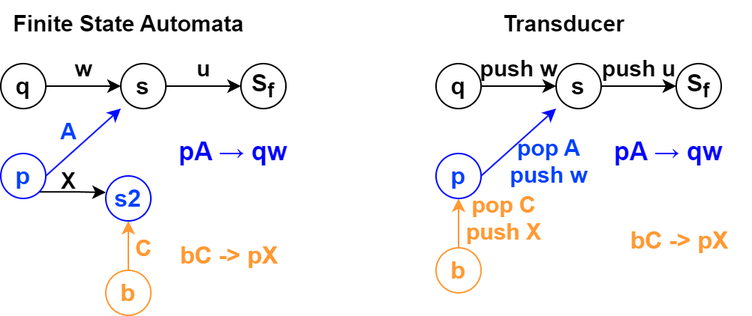
Before: docs/src/imgs/saturation3.drawio.png, a diagram exported from draw.io (NotDec/NotDec). Source tidied: cells renumbered, new cells last; positions are measured from the earlier drawing's top-left corner, leaving out a move shared by most shapes.
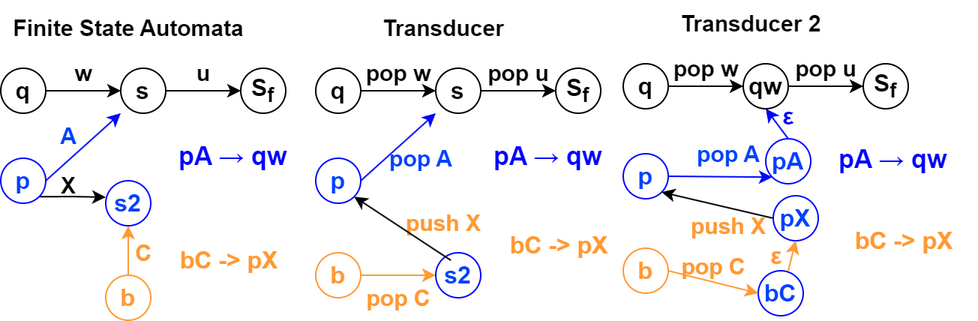
The same diagram one commit later.

The edit, as a diff of the source:
```diff
@@ -6,36 +6,36 @@
       <mxGeometry relative="1" as="geometry" />
     </mxCell>
     <mxCell id="3" value="&lt;b&gt;&lt;font style=&quot;font-size: 16px;&quot;&gt;q&lt;/font&gt;&lt;/b&gt;" style="ellipse;whiteSpace=wrap;html=1;" parent="1" vertex="1">
-      <mxGeometry x="290" y="42" width="30" height="30" as="geometry" />
+      <mxGeometry x="210" y="42" width="30" height="30" as="geometry" />
     </mxCell>
     <mxCell id="4" style="edgeStyle=orthogonalEdgeStyle;rounded=0;jettySize=auto;html=1;entryX=0;entryY=0.5;entryDx=0;entryDy=0;" parent="1" edge="1" source="5" target="6">
       <mxGeometry relative="1" as="geometry" />
     </mxCell>
     <mxCell id="5" value="&lt;b&gt;&lt;font style=&quot;font-size: 16px;&quot;&gt;s&lt;/font&gt;&lt;/b&gt;" style="ellipse;whiteSpace=wrap;html=1;" parent="1" vertex="1">
-      <mxGeometry x="370" y="42" width="30" height="30" as="geometry" />
+      <mxGeometry x="290" y="42" width="30" height="30" as="geometry" />
     </mxCell>
     <mxCell id="6" value="&lt;b&gt;&lt;font style=&quot;font-size: 16px;&quot;&gt;S&lt;sub&gt;f&lt;/sub&gt;&lt;/font&gt;&lt;/b&gt;" style="ellipse;whiteSpace=wrap;html=1;" parent="1" vertex="1">
-      <mxGeometry x="450" y="42" width="30" height="30" as="geometry" />
+      <mxGeometry x="370" y="42" width="30" height="30" as="geometry" />
     </mxCell>
-    <mxCell id="7" value="push w" style="text;html=1;align=center;verticalAlign=middle;strokeColor=none;fillColor=none;fontStyle=1;fontSize=15;" parent="1" vertex="1">
-      <mxGeometry x="310" y="30" width="70" height="30" as="geometry" />
+    <mxCell id="7" value="pop w" style="text;html=1;align=center;verticalAlign=middle;strokeColor=none;fillColor=none;fontStyle=1;fontSize=15;" parent="1" vertex="1">
+      <mxGeometry x="230" y="30" width="70" height="30" as="geometry" />
     </mxCell>
-    <mxCell id="8" value="push u" style="text;html=1;align=center;verticalAlign=middle;strokeColor=none;fillColor=none;fontStyle=1;fontSize=15;" parent="1" vertex="1">
-      <mxGeometry x="390" y="30" width="70" height="30" as="geometry" />
+    <mxCell id="8" value="pop u" style="text;html=1;align=center;verticalAlign=middle;strokeColor=none;fillColor=none;fontStyle=1;fontSize=15;" parent="1" vertex="1">
+      <mxGeometry x="315" y="30" width="60" height="30" as="geometry" />
     </mxCell>
     <mxCell id="9" value="&lt;b&gt;&lt;font style=&quot;font-size: 16px;&quot;&gt;p&lt;/font&gt;&lt;/b&gt;" style="ellipse;whiteSpace=wrap;html=1;fontColor=#0040ff;strokeColor=#0008ff;" parent="1" vertex="1">
-      <mxGeometry x="290" y="102" width="30" height="30" as="geometry" />
+      <mxGeometry x="210" y="102" width="30" height="30" as="geometry" />
     </mxCell>
     <mxCell id="10" style="endArrow=classic;html=1;rounded=0;exitX=1;exitY=0.5;exitDx=0;exitDy=0;fontColor=#0040ff;strokeColor=#0008ff;" parent="1" edge="1" source="9">
       <mxGeometry relative="1" as="geometry">
-        <mxPoint x="370" y="72" as="targetPoint" />
+        <mxPoint x="290" y="72" as="targetPoint" />
       </mxGeometry>
     </mxCell>
-    <mxCell id="11" value="pop A&lt;div&gt;push w&lt;/div&gt;" style="text;html=1;align=center;verticalAlign=middle;strokeColor=none;fillColor=none;fontStyle=1;fontSize=15;fontColor=#0040ff;" parent="1" vertex="1">
-      <mxGeometry x="330" y="82" width="70" height="50" as="geometry" />
+    <mxCell id="11" value="pop A" style="text;html=1;align=center;verticalAlign=middle;strokeColor=none;fillColor=none;fontStyle=1;fontSize=15;fontColor=#0040ff;" parent="1" vertex="1">
+      <mxGeometry x="245" y="87" width="70" height="30" as="geometry" />
     </mxCell>
     <mxCell id="12" value="&lt;b style=&quot;font-size: 17px;&quot;&gt;pA → qw&lt;/b&gt;" style="text;html=1;align=center;verticalAlign=middle;whiteSpace=wrap;rounded=0;fontSize=17;fontColor=#0000ff;" parent="1" vertex="1">
-      <mxGeometry x="390" y="92" width="110" height="20" as="geometry" />
+      <mxGeometry x="310" y="92" width="110" height="20" as="geometry" />
     </mxCell>
     <mxCell id="13" style="edgeStyle=orthogonalEdgeStyle;rounded=0;jettySize=auto;html=1;entryX=0;entryY=0.5;entryDx=0;entryDy=0;" parent="1" edge="1" source="14" target="16">
       <mxGeometry relative="1" as="geometry" />
@@ -95,25 +95,113 @@
     <mxCell id="30" value="X" style="text;html=1;align=center;verticalAlign=middle;strokeColor=none;fillColor=none;fontStyle=1;fontSize=15;" parent="1" vertex="1">
       <mxGeometry x="30" y="105" width="30" height="30" as="geometry" />
     </mxCell>
-    <mxCell id="31" style="edgeStyle=orthogonalEdgeStyle;rounded=0;jettySize=auto;html=1;entryX=0.5;entryY=1;entryDx=0;entryDy=0;fontColor=#00FF00;strokeColor=#FF9933;" parent="1" edge="1" source="32">
+    <mxCell id="31" style="edgeStyle=orthogonalEdgeStyle;rounded=0;jettySize=auto;html=1;fontColor=#00FF00;strokeColor=#FF9933;" parent="1" edge="1" source="32">
       <mxGeometry relative="1" as="geometry">
-        <mxPoint x="305" y="132" as="targetPoint" />
+        <mxPoint x="290" y="180" as="targetPoint" />
       </mxGeometry>
     </mxCell>
     <mxCell id="32" value="&lt;b&gt;&lt;font style=&quot;font-size: 16px;&quot;&gt;b&lt;/font&gt;&lt;/b&gt;" style="ellipse;whiteSpace=wrap;html=1;fontColor=#FF9933;strokeColor=#FF9933;" parent="1" vertex="1">
-      <mxGeometry x="290" y="165" width="30" height="30" as="geometry" />
+      <mxGeometry x="210" y="165" width="30" height="30" as="geometry" />
     </mxCell>
-    <mxCell id="33" value="pop C&lt;div&gt;push X&lt;/div&gt;" style="text;html=1;align=center;verticalAlign=middle;strokeColor=none;fillColor=none;fontStyle=1;fontSize=15;fontColor=#FF9933;" parent="1" vertex="1">
-      <mxGeometry x="300" y="120" width="70" height="50" as="geometry" />
+    <mxCell id="33" value="&lt;span style=&quot;background-color: initial;&quot;&gt;push X&lt;/span&gt;" style="text;html=1;align=center;verticalAlign=middle;strokeColor=none;fillColor=none;fontStyle=1;fontSize=15;fontColor=#FF9933;" parent="1" vertex="1">
+      <mxGeometry x="260" y="130" width="70" height="30" as="geometry" />
     </mxCell>
     <mxCell id="34" value="bC -&amp;gt; pX" style="text;html=1;align=center;verticalAlign=middle;whiteSpace=wrap;rounded=0;fontColor=#FF9933;strokeColor=none;fontSize=16;fontStyle=1;" parent="1" vertex="1">
-      <mxGeometry x="410" y="150" width="85" height="20" as="geometry" />
+      <mxGeometry x="330" y="150" width="85" height="20" as="geometry" />
     </mxCell>
     <mxCell id="35" value="Finite State Automata" style="text;html=1;align=center;verticalAlign=middle;strokeColor=none;fillColor=none;fontStyle=1;fontSize=15;" parent="1" vertex="1">
       <mxGeometry width="170" height="30" as="geometry" />
     </mxCell>
     <mxCell id="36" value="Transducer" style="text;html=1;align=center;verticalAlign=middle;strokeColor=none;fillColor=none;fontStyle=1;fontSize=15;" parent="1" vertex="1">
-      <mxGeometry x="325" width="100" height="30" as="geometry" />
+      <mxGeometry x="245" width="100" height="30" as="geometry" />
     </mxCell>
+    <mxCell id="37" value="&lt;span style=&quot;font-size: 16px;&quot;&gt;&lt;b&gt;s2&lt;/b&gt;&lt;/span&gt;" style="ellipse;whiteSpace=wrap;html=1;fontColor=#0040ff;strokeColor=#0008ff;" parent="1" vertex="1">
+      <mxGeometry x="290" y="165" width="30" height="30" as="geometry" />
+    </mxCell>
+    <mxCell id="38" value="pop C" style="text;html=1;align=center;verticalAlign=middle;strokeColor=none;fillColor=none;fontStyle=1;fontSize=15;fontColor=#FF9933;" parent="1" vertex="1">
+      <mxGeometry x="230" y="180" width="70" height="30" as="geometry" />
+    </mxCell>
+    <mxCell id="39" style="endArrow=classic;html=1;fontColor=#FF9933;entryX=1;entryY=1;entryDx=0;entryDy=0;" parent="1" edge="1" target="9">
+      <mxGeometry relative="1" as="geometry">
+        <mxPoint x="300" y="170" as="sourcePoint" />
+      </mxGeometry>
+    </mxCell>
+    <mxCell id="40" style="edgeStyle=orthogonalEdgeStyle;rounded=0;jettySize=auto;html=1;entryX=0;entryY=0.5;entryDx=0;entryDy=0;" parent="1" edge="1" source="41" target="43">
+      <mxGeometry relative="1" as="geometry" />
+    </mxCell>
+    <mxCell id="41" value="&lt;b&gt;&lt;font style=&quot;font-size: 16px;&quot;&gt;q&lt;/font&gt;&lt;/b&gt;" style="ellipse;whiteSpace=wrap;html=1;" parent="1" vertex="1">
+      <mxGeometry x="415" y="39" width="30" height="30" as="geometry" />
+    </mxCell>
+    <mxCell id="42" style="edgeStyle=orthogonalEdgeStyle;rounded=0;jettySize=auto;html=1;entryX=0;entryY=0.5;entryDx=0;entryDy=0;" parent="1" edge="1" source="43" target="44">
+      <mxGeometry relative="1" as="geometry" />
+    </mxCell>
+    <mxCell id="43" value="&lt;b&gt;&lt;font style=&quot;font-size: 16px;&quot;&gt;qw&lt;/font&gt;&lt;/b&gt;" style="ellipse;whiteSpace=wrap;html=1;" parent="1" vertex="1">
+      <mxGeometry x="495" y="39" width="30" height="30" as="geometry" />
+    </mxCell>
+    <mxCell id="44" value="&lt;b&gt;&lt;font style=&quot;font-size: 16px;&quot;&gt;S&lt;sub&gt;f&lt;/sub&gt;&lt;/font&gt;&lt;/b&gt;" style="ellipse;whiteSpace=wrap;html=1;" parent="1" vertex="1">
+      <mxGeometry x="575" y="39" width="30" height="30" as="geometry" />
+    </mxCell>
+    <mxCell id="45" value="pop w" style="text;html=1;align=center;verticalAlign=middle;strokeColor=none;fillColor=none;fontStyle=1;fontSize=15;" parent="1" vertex="1">
+      <mxGeometry x="435" y="27" width="70" height="30" as="geometry" />
+    </mxCell>
+    <mxCell id="46" value="pop u" style="text;html=1;align=center;verticalAlign=middle;strokeColor=none;fillColor=none;fontStyle=1;fontSize=15;" parent="1" vertex="1">
+      <mxGeometry x="520" y="27" width="60" height="30" as="geometry" />
+    </mxCell>
+    <mxCell id="47" value="&lt;b&gt;&lt;font style=&quot;font-size: 16px;&quot;&gt;p&lt;/font&gt;&lt;/b&gt;" style="ellipse;whiteSpace=wrap;html=1;fontColor=#0040ff;strokeColor=#0008ff;" parent="1" vertex="1">
+      <mxGeometry x="415" y="99" width="30" height="30" as="geometry" />
+    </mxCell>
+    <mxCell id="48" style="endArrow=classic;html=1;rounded=0;exitX=1;exitY=0.5;exitDx=0;exitDy=0;fontColor=#0040ff;strokeColor=#0008ff;entryX=0;entryY=1;entryDx=0;entryDy=0;" parent="1" edge="1" source="47" target="63">
+      <mxGeometry relative="1" as="geometry" />
+    </mxCell>
+    <mxCell id="49" value="pop A" style="text;html=1;align=center;verticalAlign=middle;strokeColor=none;fillColor=none;fontStyle=1;fontSize=15;fontColor=#0040ff;" parent="1" vertex="1">
+      <mxGeometry x="450" y="84" width="70" height="30" as="geometry" />
+    </mxCell>
+    <mxCell id="50" value="&lt;b style=&quot;font-size: 17px;&quot;&gt;pA → qw&lt;/b&gt;" style="text;html=1;align=center;verticalAlign=middle;whiteSpace=wrap;rounded=0;fontSize=17;fontColor=#0000ff;" parent="1" vertex="1">
+      <mxGeometry x="540" y="94" width="110" height="20" as="geometry" />
+    </mxCell>
+    <mxCell id="51" value="&lt;b&gt;&lt;font style=&quot;font-size: 16px;&quot;&gt;b&lt;/font&gt;&lt;/b&gt;" style="ellipse;whiteSpace=wrap;html=1;fontColor=#FF9933;strokeColor=#FF9933;" parent="1" vertex="1">
+      <mxGeometry x="415" y="162" width="30" height="30" as="geometry" />
+    </mxCell>
+    <mxCell id="52" value="&lt;span style=&quot;background-color: initial;&quot;&gt;push X&lt;/span&gt;" style="text;html=1;align=center;verticalAlign=middle;strokeColor=none;fillColor=none;fontStyle=1;fontSize=15;fontColor=#FF9933;" parent="1" vertex="1">
+      <mxGeometry x="450" y="132" width="70" height="30" as="geometry" />
+    </mxCell>
+    <mxCell id="53" value="bC -&amp;gt; pX" style="text;html=1;align=center;verticalAlign=middle;whiteSpace=wrap;rounded=0;fontColor=#FF9933;strokeColor=none;fontSize=16;fontStyle=1;" parent="1" vertex="1">
+      <mxGeometry x="560" y="147" width="85" height="20" as="geometry" />
+    </mxCell>
+    <mxCell id="54" value="Transducer 2" style="text;html=1;align=center;verticalAlign=middle;strokeColor=none;fillColor=none;fontStyle=1;fontSize=15;" parent="1" vertex="1">
+      <mxGeometry x="440" y="-3" width="120" height="30" as="geometry" />
+    </mxCell>
+    <mxCell id="55" value="&lt;span style=&quot;font-size: 16px;&quot;&gt;&lt;b&gt;bC&lt;/b&gt;&lt;/span&gt;" style="ellipse;whiteSpace=wrap;html=1;fontColor=#0040ff;strokeColor=#0008ff;" parent="1" vertex="1">
+      <mxGeometry x="505" y="177" width="30" height="30" as="geometry" />
+    </mxCell>
+    <mxCell id="56" value="pop C" style="text;html=1;align=center;verticalAlign=middle;strokeColor=none;fillColor=none;fontStyle=1;fontSize=15;fontColor=#FF9933;" parent="1" vertex="1">
+      <mxGeometry x="440" y="159" width="70" height="30" as="geometry" />
+    </mxCell>
+    <mxCell id="57" style="endArrow=classic;html=1;fontColor=#FF9933;entryX=1;entryY=1;entryDx=0;entryDy=0;exitX=0;exitY=0.5;exitDx=0;exitDy=0;" parent="1" edge="1" source="58" target="47">
+      <mxGeometry relative="1" as="geometry" />
+    </mxCell>
+    <mxCell id="58" value="&lt;span style=&quot;font-size: 16px;&quot;&gt;&lt;b&gt;pX&lt;/b&gt;&lt;/span&gt;" style="ellipse;whiteSpace=wrap;html=1;fontColor=#0040ff;strokeColor=#0008ff;" parent="1" vertex="1">
+      <mxGeometry x="515" y="127" width="30" height="30" as="geometry" />
+    </mxCell>
+    <mxCell id="59" style="endArrow=classic;html=1;fontColor=#FF9933;entryX=0.5;entryY=1;entryDx=0;entryDy=0;strokeColor=#FF9933;exitX=0.667;exitY=0;exitDx=0;exitDy=0;exitPerimeter=0;" parent="1" edge="1" source="55" target="58">
+      <mxGeometry relative="1" as="geometry" />
+    </mxCell>
+    <mxCell id="60" value="ε" style="text;html=1;align=center;verticalAlign=middle;whiteSpace=wrap;rounded=0;fontColor=#FF9933;strokeColor=none;fontSize=16;fontStyle=1;" parent="1" vertex="1">
+      <mxGeometry x="475" y="157" width="85" height="20" as="geometry" />
+    </mxCell>
+    <mxCell id="61" style="endArrow=classic;html=1;strokeColor=#FF9933;fontColor=#FF9933;entryX=0;entryY=0.5;entryDx=0;entryDy=0;" parent="1" edge="1" target="55">
+      <mxGeometry relative="1" as="geometry">
+        <mxPoint x="445" y="177" as="sourcePoint" />
+      </mxGeometry>
+    </mxCell>
+    <mxCell id="62" style="edgeStyle=none;html=1;exitX=0.5;exitY=0;exitDx=0;exitDy=0;entryX=0.5;entryY=1;entryDx=0;entryDy=0;strokeColor=#0000FF;fontColor=#FF9933;" parent="1" edge="1" source="63" target="43">
+      <mxGeometry relative="1" as="geometry" />
+    </mxCell>
+    <mxCell id="63" value="&lt;b&gt;&lt;font style=&quot;font-size: 16px;&quot;&gt;pA&lt;/font&gt;&lt;/b&gt;" style="ellipse;whiteSpace=wrap;html=1;fontColor=#0040ff;strokeColor=#0008ff;" parent="1" vertex="1">
+      <mxGeometry x="510" y="89" width="30" height="30" as="geometry" />
+    </mxCell>
+    <mxCell id="64" value="&lt;font color=&quot;#0000ff&quot;&gt;ε&lt;/font&gt;" style="text;html=1;align=center;verticalAlign=middle;whiteSpace=wrap;rounded=0;fontColor=#FF9933;strokeColor=none;fontSize=16;fontStyle=1;" parent="1" vertex="1">
+      <mxGeometry x="482.5" y="64" width="85" height="20" as="geometry" />
+    </mxCell>
   </root>
 </mxGraphModel>
```
